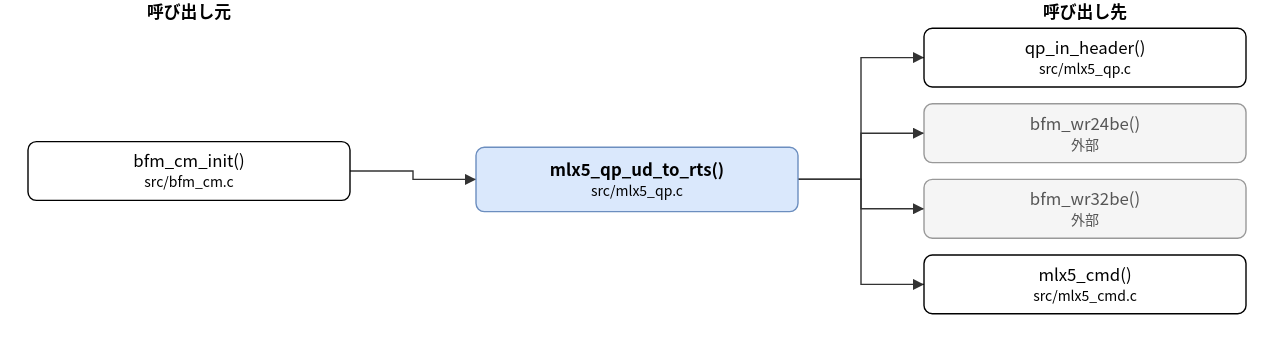
Above: doc/spec/images/call_src_mlx5_qp-mlx5_qp_ud_to_rts.drawio.svg in hf355051012-ai/bfmem (draw.io), before the change. Source tidied: cells renumbered, new cells last; positions are measured from the earlier drawing's top-left corner, leaving out a move shared by most shapes.
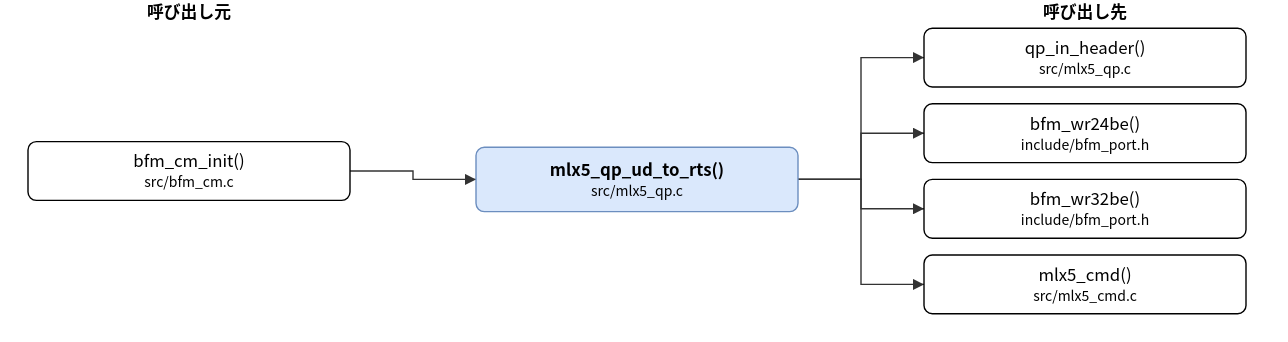
The same diagram one commit later.

The edit, as a diff of the source:
```diff
@@ -11,10 +11,10 @@
     <mxCell id="4" value="qp_in_header()&lt;br&gt;&lt;font style=&quot;font-size:10px&quot;&gt;src/mlx5_qp.c&lt;/font&gt;" style="rounded=1;whiteSpace=wrap;html=1;" parent="1" vertex="1">
       <mxGeometry x="640" y="20" width="230" height="42" as="geometry" />
     </mxCell>
-    <mxCell id="5" value="bfm_wr24be()&lt;br&gt;&lt;font style=&quot;font-size:10px&quot;&gt;外部&lt;/font&gt;" style="rounded=1;whiteSpace=wrap;html=1;fillColor=#f5f5f5;strokeColor=#999999;fontColor=#555555;" parent="1" vertex="1">
+    <mxCell id="5" value="bfm_wr24be()&lt;br&gt;&lt;font style=&quot;font-size:10px&quot;&gt;include/bfm_port.h&lt;/font&gt;" style="rounded=1;whiteSpace=wrap;html=1;" parent="1" vertex="1">
       <mxGeometry x="640" y="74" width="230" height="42" as="geometry" />
     </mxCell>
-    <mxCell id="6" value="bfm_wr32be()&lt;br&gt;&lt;font style=&quot;font-size:10px&quot;&gt;外部&lt;/font&gt;" style="rounded=1;whiteSpace=wrap;html=1;fillColor=#f5f5f5;strokeColor=#999999;fontColor=#555555;" parent="1" vertex="1">
+    <mxCell id="6" value="bfm_wr32be()&lt;br&gt;&lt;font style=&quot;font-size:10px&quot;&gt;include/bfm_port.h&lt;/font&gt;" style="rounded=1;whiteSpace=wrap;html=1;" parent="1" vertex="1">
       <mxGeometry x="640" y="128" width="230" height="42" as="geometry" />
     </mxCell>
     <mxCell id="7" value="mlx5_cmd()&lt;br&gt;&lt;font style=&quot;font-size:10px&quot;&gt;src/mlx5_cmd.c&lt;/font&gt;" style="rounded=1;whiteSpace=wrap;html=1;" parent="1" vertex="1">
```
